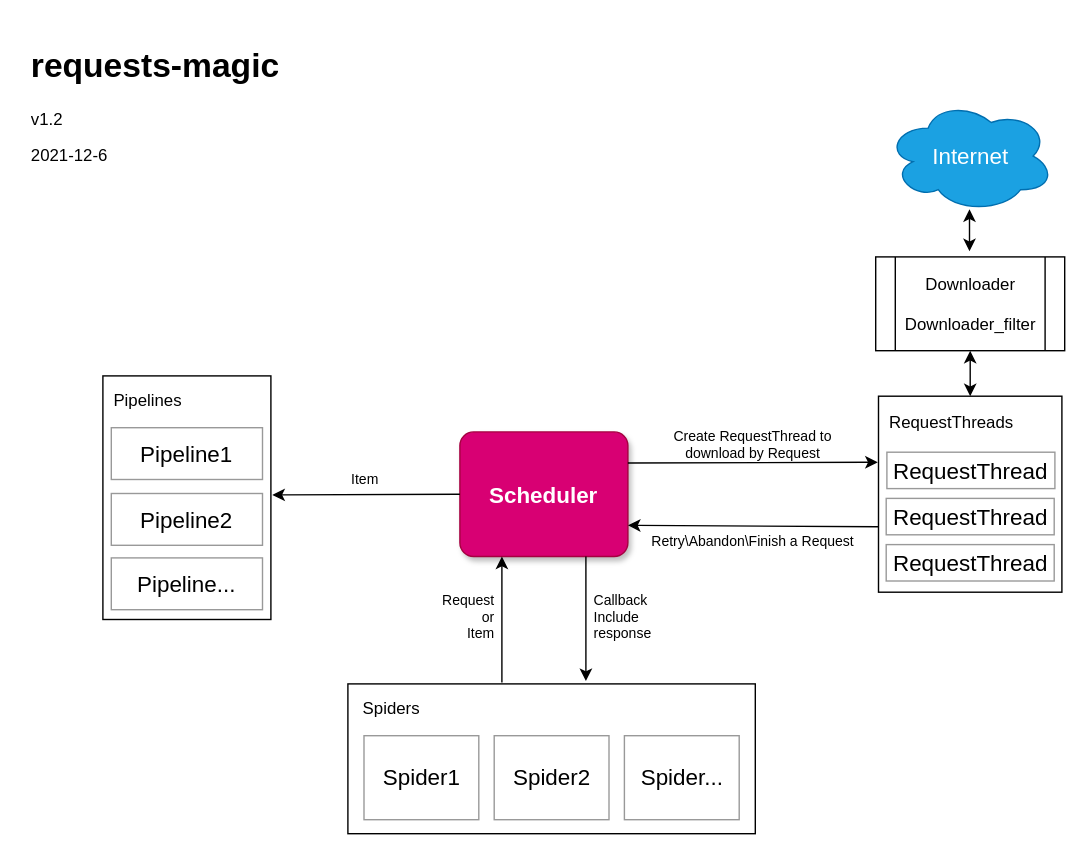
Before: project.drawio in Reimenn/requests-magic, a draw.io diagram. Source tidied: cells renumbered, new cells numbered last; positions are measured from the earlier drawing's top-left corner, leaving out a move shared by most shapes. Both pictures are drawn from the tidied source at 140%, with x=0, y=0 at pixel (24, 38).
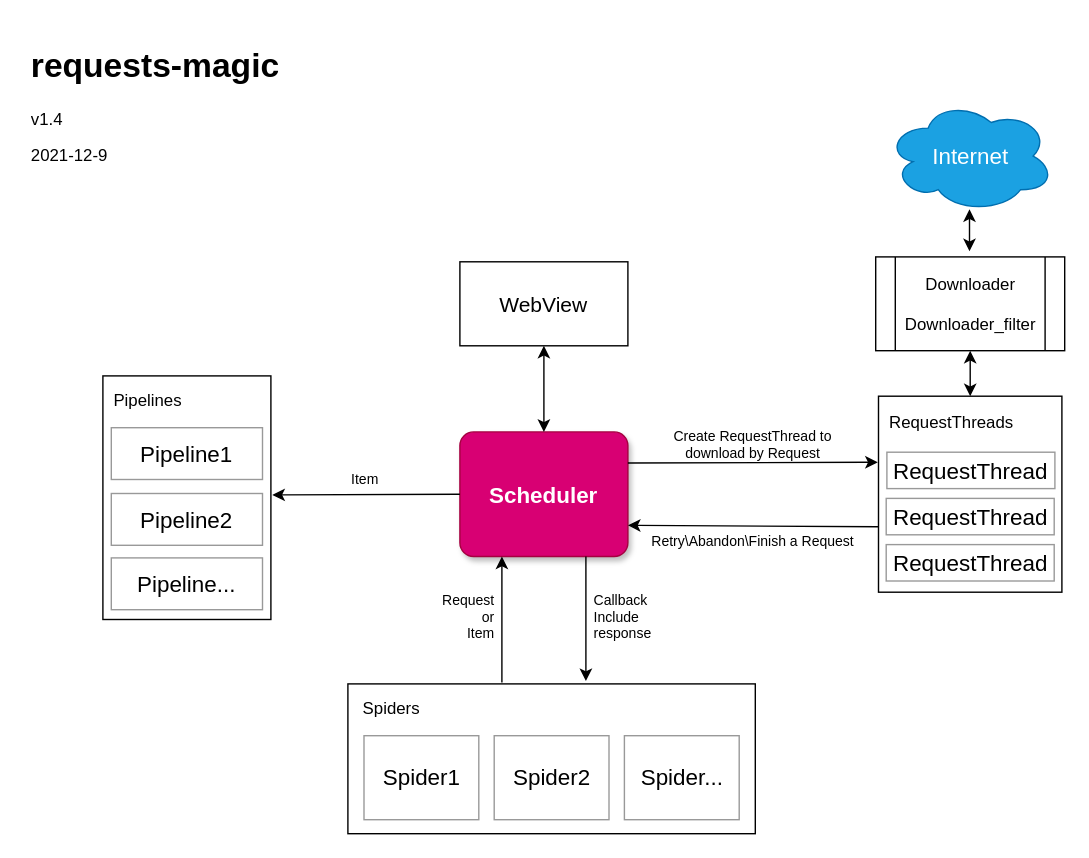
After the change.

Unchanged cells that the change refers to:
```xml
<mxCell id="2" value="Scheduler" style="rounded=1;whiteSpace=wrap;html=1;fontSize=16;fontStyle=1;shadow=1;glass=0;sketch=0;fillColor=#d80073;arcSize=11;strokeColor=#A50040;fontColor=#ffffff;" parent="1" vertex="1">
  <mxGeometry x="311" y="281" width="120" height="89" as="geometry" />
</mxCell>
```

The edit, as a diff of the source:
```diff
@@
-    <mxCell id="36" value="&lt;h1&gt;requests-magic&lt;/h1&gt;&lt;p&gt;v1.2&lt;/p&gt;&lt;p&gt;2021-12-6&lt;/p&gt;" style="text;html=1;strokeColor=none;fillColor=none;spacing=5;spacingTop=-20;whiteSpace=wrap;overflow=hidden;rounded=0;shadow=0;glass=0;sketch=0;fontSize=12;opacity=40;" parent="1" vertex="1">
+    <mxCell id="36" value="&lt;h1&gt;requests-magic&lt;/h1&gt;&lt;p&gt;v1.4&lt;/p&gt;&lt;p&gt;2021-12-9&lt;/p&gt;" style="text;html=1;strokeColor=none;fillColor=none;spacing=5;spacingTop=-20;whiteSpace=wrap;overflow=hidden;rounded=0;shadow=0;glass=0;sketch=0;fontSize=12;opacity=40;" parent="1" vertex="1">
       <mxGeometry width="190" height="101" as="geometry" />
     </mxCell>
+    <mxCell id="37" value="WebView" style="rounded=0;whiteSpace=wrap;html=1;fontSize=15;" parent="1" vertex="1">
+      <mxGeometry x="311" y="159.5" width="120" height="60" as="geometry" />
+    </mxCell>
+    <mxCell id="38" style="endArrow=classic;startArrow=classic;html=1;rounded=0;fontSize=15;entryX=0.5;entryY=1;entryDx=0;entryDy=0;exitX=0.5;exitY=0;exitDx=0;exitDy=0;" parent="1" edge="1" source="2" target="37">
+      <mxGeometry relative="1" as="geometry" />
+    </mxCell>
```
